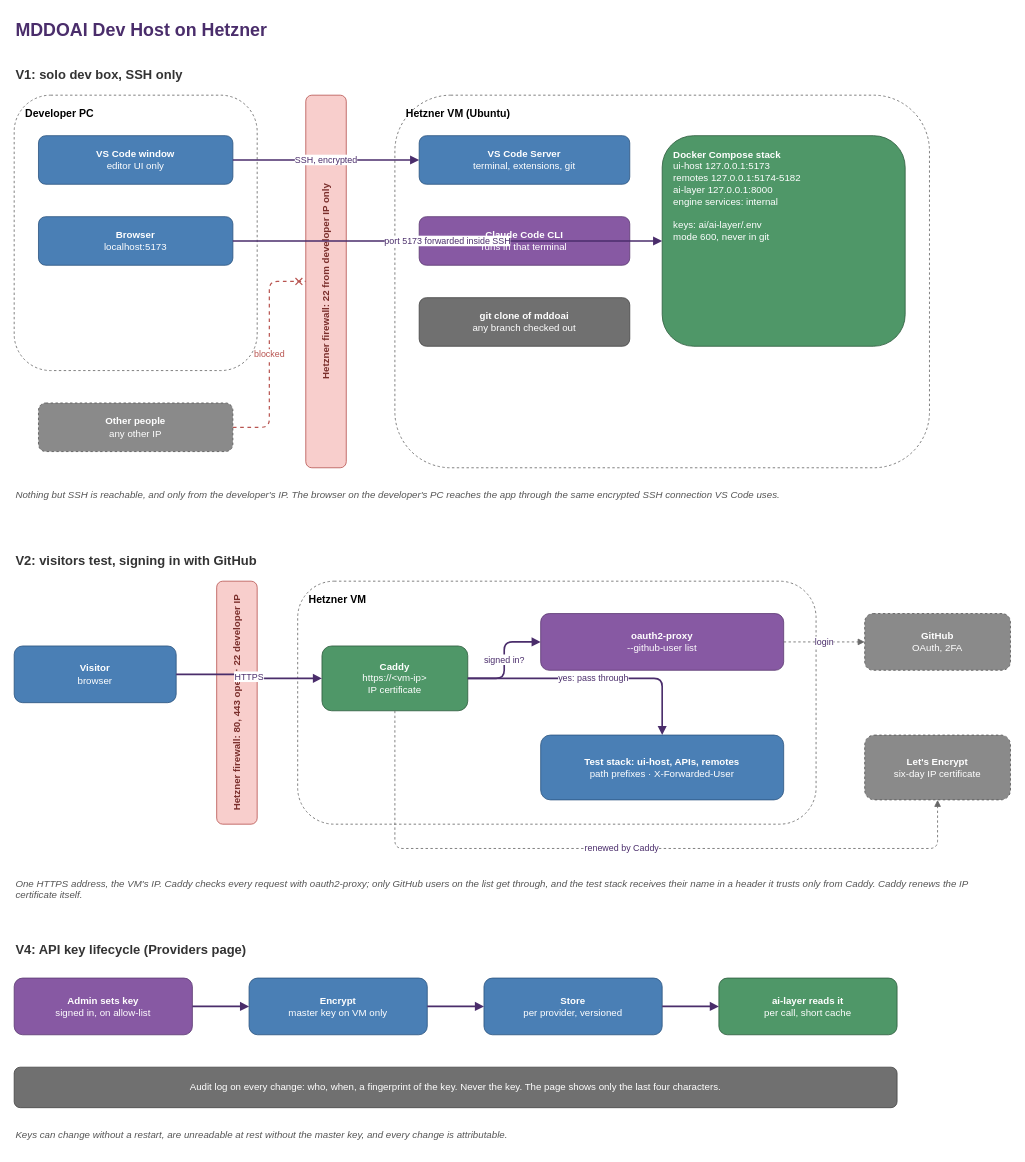
The draw.io diagram page "Dev Host (Hetzner)" (3 of 3) of MDDOAI_Agentic_Architecture.drawio in modeldrivendevopsai/mddoai, before the edit. Source tidied: cells renumbered, new cells numbered last; positions are measured from the earlier drawing's top-left corner, leaving out a move shared by most shapes. Both pictures are drawn from the tidied source at 81%, with x=0, y=0 at pixel (14, 14).
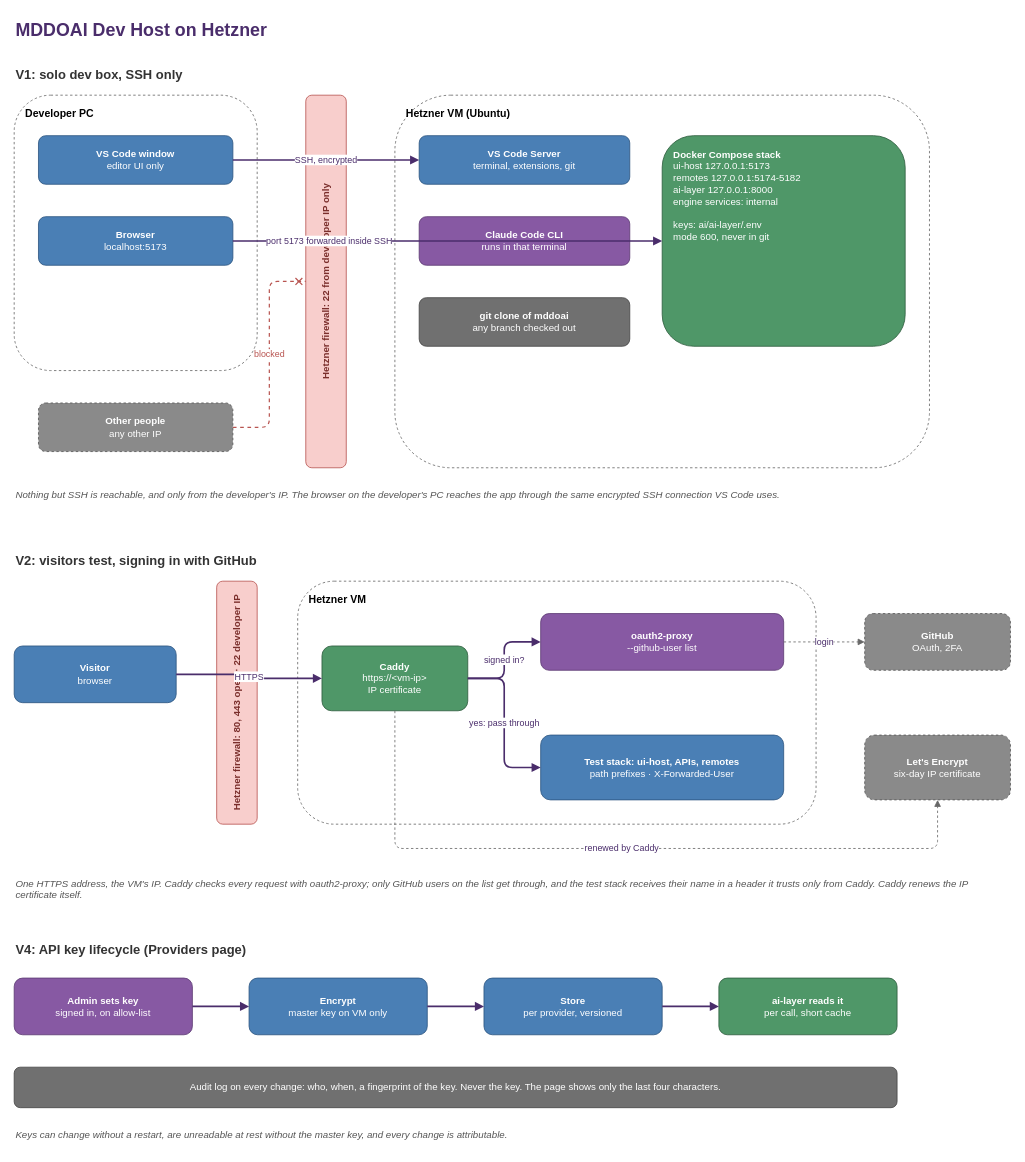
Above is the later version.

Unchanged cells that the change refers to:
```xml
<mxCell id="6" value="&lt;b&gt;Browser&lt;/b&gt;&lt;br&gt;localhost:5173" style="rounded=1;whiteSpace=wrap;html=1;fontColor=#ffffff;fontSize=12;fillColor=#4a7fb5;strokeColor=#2c5580;" parent="1" vertex="1">
  <mxGeometry x="30" y="250" width="240" height="60" as="geometry" />
</mxCell>
<mxCell id="13" value="&lt;b&gt;Docker Compose stack&lt;/b&gt;&lt;br&gt;ui-host 127.0.0.1:5173&lt;br&gt;remotes 127.0.0.1:5174-5182&lt;br&gt;ai-layer 127.0.0.1:8000&lt;br&gt;engine services: internal&lt;br&gt;&lt;br&gt;keys: ai/ai-layer/.env&lt;br&gt;mode 600, never in git" style="rounded=1;whiteSpace=wrap;html=1;fontColor=#ffffff;fontSize=12;fillColor=#4f9768;strokeColor=#2d5c3d;align=left;spacingLeft=12;verticalAlign=top;spacingTop=10;" parent="1" vertex="1">
  <mxGeometry x="800" y="150" width="300" height="260" as="geometry" />
</mxCell>
<mxCell id="22" value="&lt;b&gt;Caddy&lt;/b&gt;&lt;br&gt;https://&amp;lt;vm-ip&amp;gt;&lt;br&gt;IP certificate" style="rounded=1;whiteSpace=wrap;html=1;fontColor=#ffffff;fontSize=12;fillColor=#4f9768;strokeColor=#2d5c3d;" parent="1" vertex="1">
  <mxGeometry x="380" y="780" width="180" height="80" as="geometry" />
</mxCell>
<mxCell id="24" value="&lt;b&gt;Test stack: ui-host, APIs, remotes&lt;/b&gt;&lt;br&gt;path prefixes · X-Forwarded-User" style="rounded=1;whiteSpace=wrap;html=1;fontColor=#ffffff;fontSize=12;fillColor=#4a7fb5;strokeColor=#2c5580;" parent="1" vertex="1">
  <mxGeometry x="650" y="890" width="300" height="80" as="geometry" />
</mxCell>
```

Change to the diagram source:
```diff
@@
     <mxCell id="15" value="port 5173 forwarded inside SSH" style="edgeStyle=orthogonalEdgeStyle;rounded=1;html=1;endArrow=block;endFill=1;strokeWidth=2;strokeColor=#4A2D6B;fontSize=11;fontColor=#4A2D6B;labelBackgroundColor=#ffffff;" parent="1" edge="1" source="6" target="13">
-      <mxGeometry relative="1" as="geometry" />
+      <mxGeometry x="-0.55" relative="1" as="geometry" />
     </mxCell>
@@
-    <mxCell id="30" value="yes: pass through" style="edgeStyle=orthogonalEdgeStyle;rounded=1;html=1;endArrow=block;endFill=1;strokeWidth=2;strokeColor=#4A2D6B;fontSize=11;fontColor=#4A2D6B;labelBackgroundColor=#ffffff;" parent="1" edge="1" source="22" target="24">
+    <mxCell id="30" value="yes: pass through" style="edgeStyle=orthogonalEdgeStyle;rounded=1;html=1;endArrow=block;endFill=1;strokeWidth=2;strokeColor=#4A2D6B;fontSize=11;fontColor=#4A2D6B;labelBackgroundColor=#ffffff;entryX=0;entryY=0.5;entryDx=0;entryDy=0;" parent="1" edge="1" source="22" target="24">
       <mxGeometry relative="1" as="geometry" />
     </mxCell>
```
